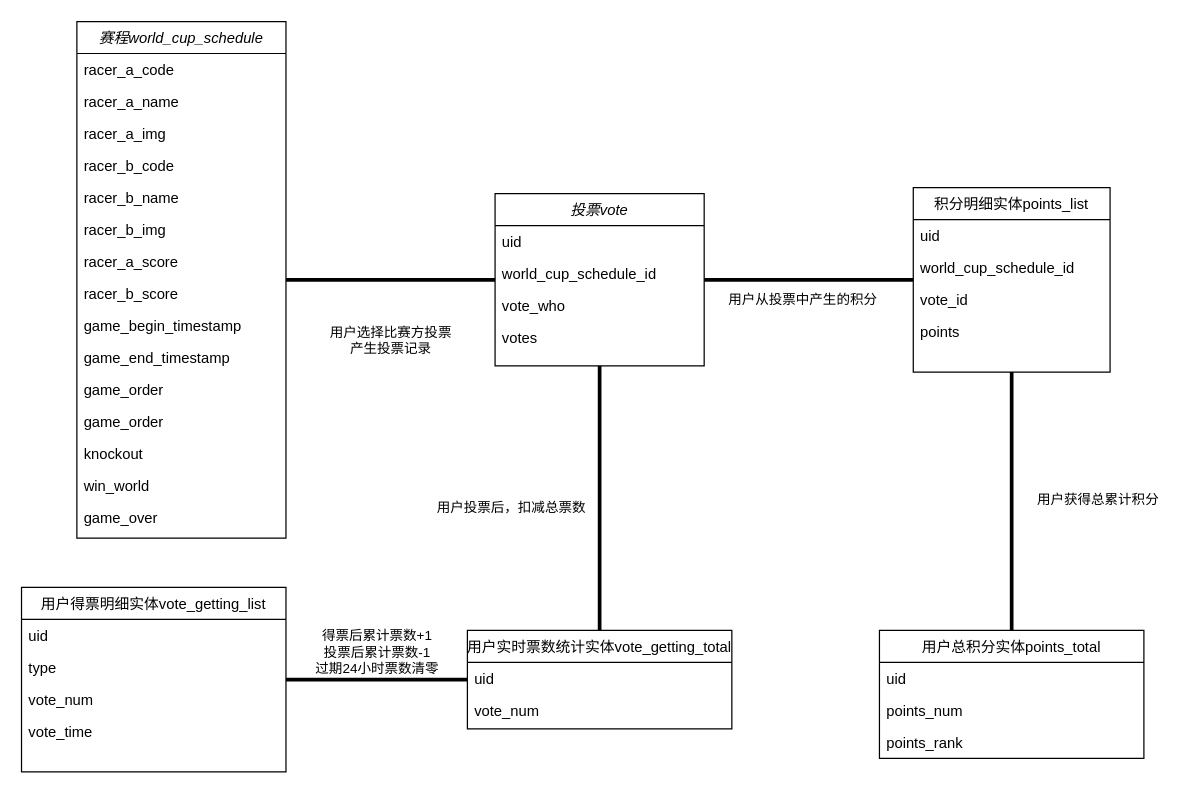
milletzhu/datasource keeps this draw.io diagram as H5世界杯活动类图.drawio. Above is the earlier version. Source tidied: cells renumbered, new cells numbered last; positions are measured from the earlier drawing's top-left corner, leaving out a move shared by most shapes. Both pictures are drawn from the tidied source at 123%, with x=0, y=0 at pixel (21, 21).
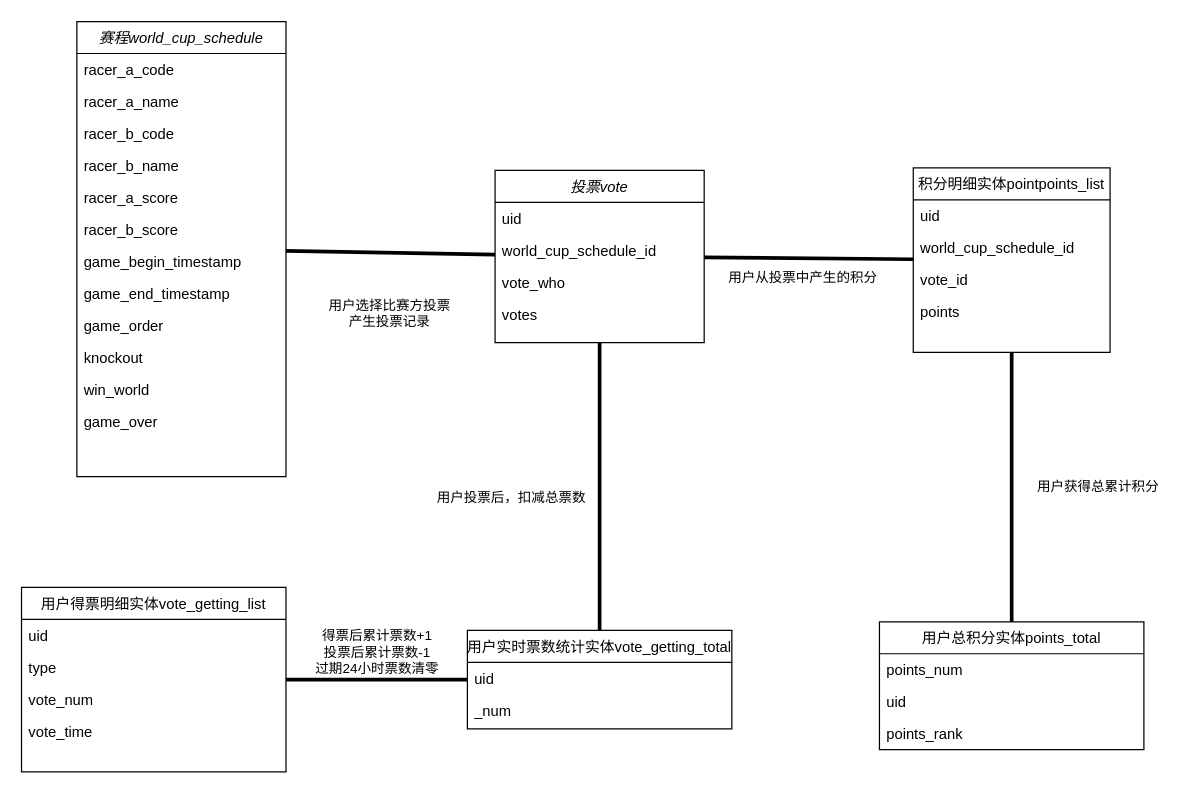
The same diagram, later.

Commit message:
更新H5世界杯活动类图.drawio

Unchanged cells that the change refers to:
```xml
<mxCell id="34" value="用户实时票数统计实体vote_getting_total" style="swimlane;fontStyle=0;align=center;verticalAlign=top;horizontal=1;startSize=26;rounded=0;shadow=0;strokeWidth=1;" parent="1" vertex="1">
  <mxGeometry x="362.5" y="495" width="215" height="80" as="geometry" />
</mxCell>
```

The edit, as a diff of the source:
```diff
@@
     <mxCell id="2" value="赛程world_cup_schedule" style="swimlane;fontStyle=2;align=center;verticalAlign=top;horizontal=1;startSize=26;rounded=0;shadow=0;strokeWidth=1;" parent="1" vertex="1">
-      <mxGeometry x="45" width="170" height="420" as="geometry" />
+      <mxGeometry x="45" width="170" height="370" as="geometry" />
     </mxCell>
@@
-    <mxCell id="5" value="racer_a_img" style="text;align=left;verticalAlign=top;spacingLeft=4;spacingRight=4;overflow=hidden;rounded=0;shadow=0;html=0;" parent="2" vertex="1">
-      <mxGeometry y="78" width="170" height="26" as="geometry" />
-    </mxCell>
     <mxCell id="6" value="racer_b_code" style="text;align=left;verticalAlign=top;spacingLeft=4;spacingRight=4;overflow=hidden;rounded=0;shadow=0;html=0;" parent="2" vertex="1">
-      <mxGeometry y="104" width="170" height="26" as="geometry" />
+      <mxGeometry y="78" width="170" height="26" as="geometry" />
     </mxCell>
     <mxCell id="7" value="racer_b_name" style="text;align=left;verticalAlign=top;spacingLeft=4;spacingRight=4;overflow=hidden;rounded=0;shadow=0;html=0;" parent="2" vertex="1">
-      <mxGeometry y="130" width="170" height="26" as="geometry" />
+      <mxGeometry y="104" width="170" height="26" as="geometry" />
     </mxCell>
-    <mxCell id="8" value="racer_b_img" style="text;align=left;verticalAlign=top;spacingLeft=4;spacingRight=4;overflow=hidden;rounded=0;shadow=0;html=0;" parent="2" vertex="1">
-      <mxGeometry y="156" width="170" height="26" as="geometry" />
-    </mxCell>
     <mxCell id="9" value="racer_a_score" style="text;align=left;verticalAlign=top;spacingLeft=4;spacingRight=4;overflow=hidden;" parent="2" vertex="1">
-      <mxGeometry y="182" width="170" height="26" as="geometry" />
+      <mxGeometry y="130" width="170" height="26" as="geometry" />
     </mxCell>
     <mxCell id="10" value="racer_b_score" style="text;align=left;verticalAlign=top;spacingLeft=4;spacingRight=4;overflow=hidden;" parent="2" vertex="1">
-      <mxGeometry y="208" width="170" height="26" as="geometry" />
+      <mxGeometry y="156" width="170" height="26" as="geometry" />
     </mxCell>
     <mxCell id="11" value="game_begin_timestamp" style="text;align=left;verticalAlign=top;spacingLeft=4;spacingRight=4;overflow=hidden;" parent="2" vertex="1">
-      <mxGeometry y="234" width="170" height="26" as="geometry" />
+      <mxGeometry y="182" width="170" height="26" as="geometry" />
     </mxCell>
     <mxCell id="12" value="game_end_timestamp" style="text;align=left;verticalAlign=top;spacingLeft=4;spacingRight=4;overflow=hidden;" parent="2" vertex="1">
-      <mxGeometry y="260" width="170" height="26" as="geometry" />
+      <mxGeometry y="208" width="170" height="26" as="geometry" />
     </mxCell>
     <mxCell id="13" value="game_order" style="text;align=left;verticalAlign=top;spacingLeft=4;spacingRight=4;overflow=hidden;" parent="2" vertex="1">
-      <mxGeometry y="286" width="170" height="26" as="geometry" />
+      <mxGeometry y="234" width="170" height="26" as="geometry" />
     </mxCell>
-    <mxCell id="14" value="game_order" style="text;align=left;verticalAlign=top;spacingLeft=4;spacingRight=4;overflow=hidden;" parent="2" vertex="1">
-      <mxGeometry y="312" width="170" height="26" as="geometry" />
-    </mxCell>
     <mxCell id="15" value="knockout" style="text;align=left;verticalAlign=top;spacingLeft=4;spacingRight=4;overflow=hidden;" parent="2" vertex="1">
-      <mxGeometry y="338" width="170" height="26" as="geometry" />
+      <mxGeometry y="260" width="170" height="26" as="geometry" />
     </mxCell>
     <mxCell id="16" value="win_world" style="text;align=left;verticalAlign=top;spacingLeft=4;spacingRight=4;overflow=hidden;" parent="2" vertex="1">
-      <mxGeometry y="364" width="170" height="26" as="geometry" />
+      <mxGeometry y="286" width="170" height="26" as="geometry" />
     </mxCell>
     <mxCell id="17" value="game_over" style="text;align=left;verticalAlign=top;spacingLeft=4;spacingRight=4;overflow=hidden;" parent="2" vertex="1">
-      <mxGeometry y="390" width="170" height="26" as="geometry" />
+      <mxGeometry y="312" width="170" height="26" as="geometry" />
     </mxCell>
-    <mxCell id="18" value="积分明细实体points_list" style="swimlane;fontStyle=0;align=center;verticalAlign=top;horizontal=1;startSize=26;rounded=0;shadow=0;strokeWidth=1;" parent="1" vertex="1">
-      <mxGeometry x="725" y="135" width="160" height="150" as="geometry" />
+    <mxCell id="18" value="积分明细实体pointpoints_list" style="swimlane;fontStyle=0;align=center;verticalAlign=top;horizontal=1;startSize=26;rounded=0;shadow=0;strokeWidth=1;" parent="1" vertex="1">
+      <mxGeometry x="725" y="119" width="160" height="150" as="geometry" />
     </mxCell>
@@
     <mxCell id="28" value="投票vote" style="swimlane;fontStyle=2;align=center;verticalAlign=top;horizontal=1;startSize=26;rounded=0;shadow=0;strokeWidth=1;" parent="1" vertex="1">
-      <mxGeometry x="385" y="140" width="170" height="140" as="geometry" />
+      <mxGeometry x="385" y="121" width="170" height="140" as="geometry" />
     </mxCell>
@@
-    <mxCell id="36" value="vote_num" style="text;align=left;verticalAlign=top;spacingLeft=4;spacingRight=4;overflow=hidden;rounded=0;shadow=0;html=0;" parent="34" vertex="1">
+    <mxCell id="36" value="_num" style="text;align=left;verticalAlign=top;spacingLeft=4;spacingRight=4;overflow=hidden;rounded=0;shadow=0;html=0;" parent="34" vertex="1">
       <mxGeometry y="52" width="215" height="26" as="geometry" />
     </mxCell>
@@
     <mxCell id="40" value="用户总积分实体points_total" style="swimlane;fontStyle=0;align=center;verticalAlign=top;horizontal=1;startSize=26;rounded=0;shadow=0;strokeWidth=1;" parent="1" vertex="1">
-      <mxGeometry x="697.5" y="495" width="215" height="104" as="geometry" />
+      <mxGeometry x="697.5" y="488" width="215" height="104" as="geometry" />
     </mxCell>
+    <mxCell id="42" value="points_num" style="text;align=left;verticalAlign=top;spacingLeft=4;spacingRight=4;overflow=hidden;rounded=0;shadow=0;html=0;" parent="40" vertex="1">
+      <mxGeometry y="26" width="215" height="26" as="geometry" />
+    </mxCell>
     <mxCell id="41" value="uid" style="text;align=left;verticalAlign=top;spacingLeft=4;spacingRight=4;overflow=hidden;" parent="40" vertex="1">
-      <mxGeometry y="26" width="215" height="26" as="geometry" />
+      <mxGeometry y="52" width="215" height="26" as="geometry" />
     </mxCell>
-    <mxCell id="42" value="points_num" style="text;align=left;verticalAlign=top;spacingLeft=4;spacingRight=4;overflow=hidden;rounded=0;shadow=0;html=0;" parent="40" vertex="1">
-      <mxGeometry y="52" width="215" height="26" as="geometry" />
-    </mxCell>
```
